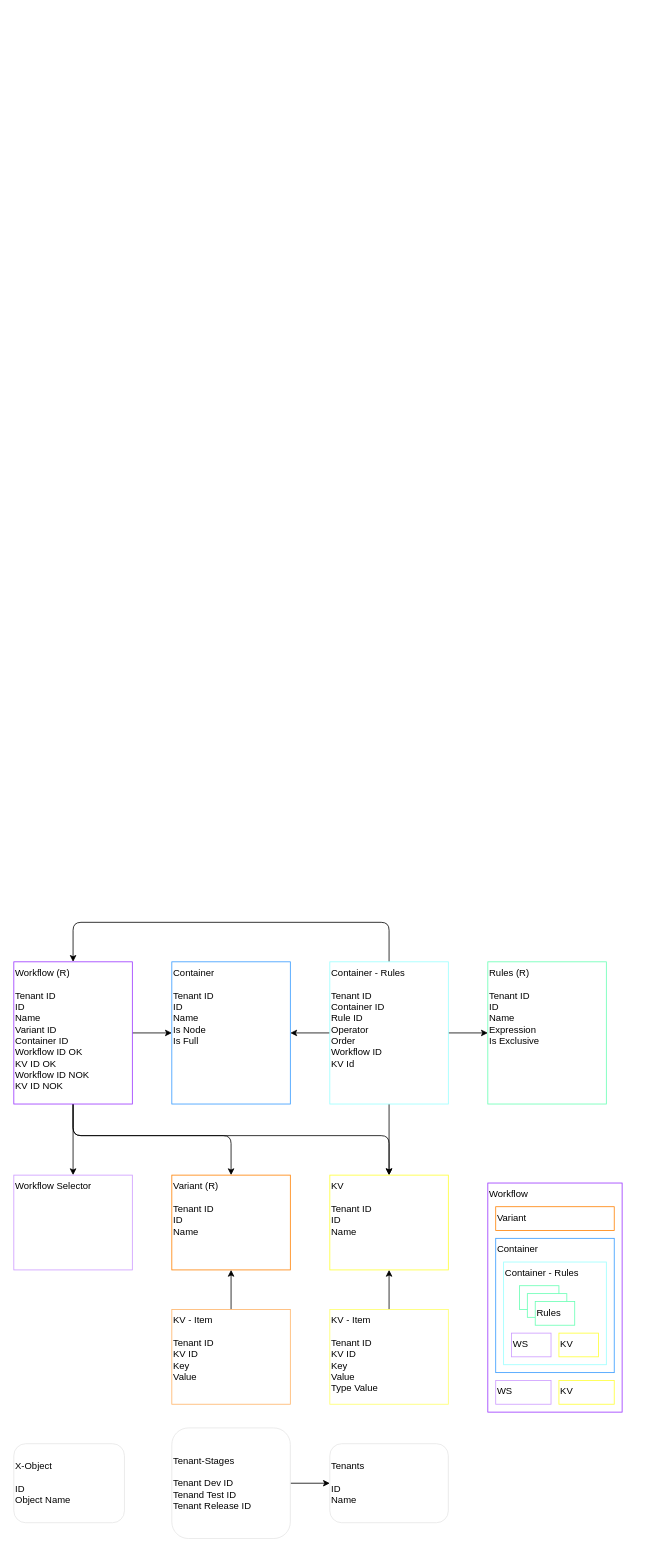
The draw.io diagram NRule.drawio in edervzz/nrules, before the edit. Source tidied: cells renumbered, new cells numbered last; positions are measured from the earlier drawing's top-left corner, leaving out a move shared by most shapes. Both pictures are drawn from the tidied source at 79%, with x=0, y=0 at pixel (13, 922).
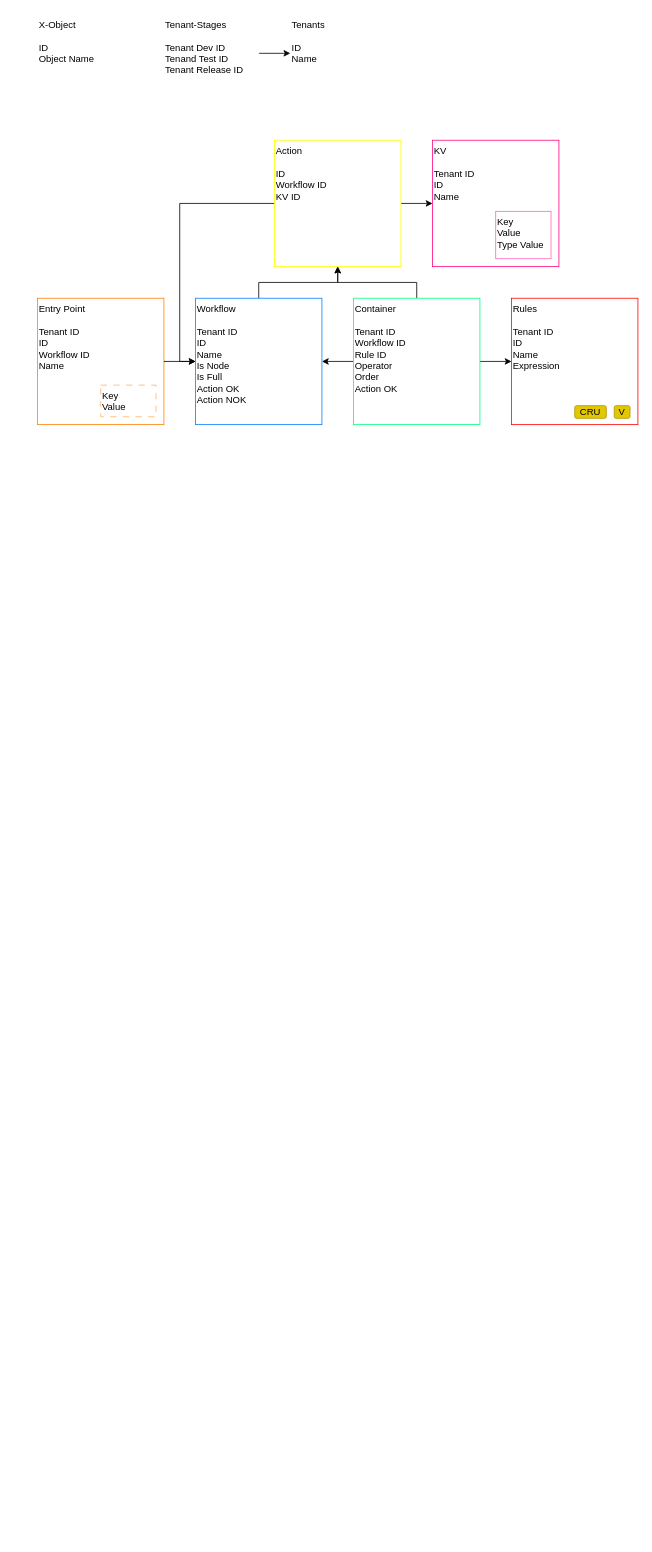
Above is the later version.

The edit, as a diff of the source:
```diff
@@
-    <mxCell id="2" value="&lt;span style=&quot;&quot;&gt;Workflow&amp;nbsp;&lt;/span&gt;&lt;br style=&quot;&quot;&gt;&lt;span style=&quot;background-color: initial;&quot;&gt;&lt;br&gt;&lt;/span&gt;&lt;span style=&quot;background-color: initial;&quot;&gt;&lt;br&gt;&lt;/span&gt;" style="rounded=0;whiteSpace=wrap;html=1;strokeColor=#9933FF;align=left;verticalAlign=top;" parent="1" vertex="1">
-      <mxGeometry x="600" y="330" width="170" height="290" as="geometry" />
-    </mxCell>
-    <mxCell id="3" value="X-Object&lt;br&gt;&lt;span style=&quot;background-color: initial;&quot;&gt;&lt;br&gt;ID&lt;/span&gt;&lt;br&gt;&lt;span style=&quot;background-color: initial;&quot;&gt;Object Name&lt;/span&gt;" style="rounded=1;whiteSpace=wrap;html=1;align=left;strokeColor=#E6E6E6;" parent="1" vertex="1">
-      <mxGeometry y="660" width="140" height="100" as="geometry" />
+    <mxCell id="3" value="X-Object&lt;br&gt;&lt;span style=&quot;background-color: initial;&quot;&gt;&lt;br&gt;ID&lt;/span&gt;&lt;br&gt;&lt;span style=&quot;background-color: initial;&quot;&gt;Object Name&lt;/span&gt;" style="rounded=0;whiteSpace=wrap;html=1;strokeColor=#FFFFFF;align=left;verticalAlign=top;" parent="1" vertex="1">
+      <mxGeometry x="30" y="-1150" width="120" height="100" as="geometry" />
     </mxCell>
-    <mxCell id="4" value="&lt;span style=&quot;background-color: initial;&quot;&gt;Tenants&lt;/span&gt;&lt;br&gt;&lt;span style=&quot;background-color: initial;&quot;&gt;&lt;br&gt;ID&lt;/span&gt;&lt;br&gt;&lt;span style=&quot;background-color: initial;&quot;&gt;Name&lt;/span&gt;" style="rounded=1;whiteSpace=wrap;html=1;align=left;strokeColor=#E6E6E6;" parent="1" vertex="1">
-      <mxGeometry x="400" y="660" width="150" height="100" as="geometry" />
+    <mxCell id="4" value="&lt;span style=&quot;background-color: initial;&quot;&gt;Tenants&lt;/span&gt;&lt;br&gt;&lt;span style=&quot;background-color: initial;&quot;&gt;&lt;br&gt;ID&lt;/span&gt;&lt;br&gt;&lt;span style=&quot;background-color: initial;&quot;&gt;Name&lt;/span&gt;" style="rounded=0;whiteSpace=wrap;html=1;strokeColor=#FFFFFF;align=left;verticalAlign=top;" parent="1" vertex="1">
+      <mxGeometry x="350" y="-1150" width="120" height="100" as="geometry" />
     </mxCell>
@@
-    <mxCell id="6" value="&lt;span style=&quot;background-color: initial;&quot;&gt;Tenant-Stages&lt;/span&gt;&lt;br&gt;&lt;span style=&quot;background-color: initial;&quot;&gt;&lt;br&gt;Tenant Dev ID&lt;/span&gt;&lt;br&gt;&lt;span style=&quot;background-color: initial;&quot;&gt;Tenand Test ID&lt;/span&gt;&lt;br&gt;&lt;span style=&quot;background-color: initial;&quot;&gt;Tenant Release ID&lt;/span&gt;" style="rounded=1;whiteSpace=wrap;html=1;align=left;strokeColor=#E6E6E6;" parent="1" vertex="1">
-      <mxGeometry x="200" y="640" width="150" height="140" as="geometry" />
+    <mxCell id="6" value="&lt;span style=&quot;background-color: initial;&quot;&gt;Tenant-Stages&lt;/span&gt;&lt;br&gt;&lt;span style=&quot;background-color: initial;&quot;&gt;&lt;br&gt;Tenant Dev ID&lt;/span&gt;&lt;br&gt;&lt;span style=&quot;background-color: initial;&quot;&gt;Tenand Test ID&lt;/span&gt;&lt;br&gt;&lt;span style=&quot;background-color: initial;&quot;&gt;Tenant Release ID&lt;/span&gt;" style="rounded=0;whiteSpace=wrap;html=1;strokeColor=#FFFFFF;align=left;verticalAlign=top;" parent="1" vertex="1">
+      <mxGeometry x="190" y="-1150" width="120" height="100" as="geometry" />
     </mxCell>
+    <mxCell id="12" style="edgeStyle=orthogonalEdgeStyle;rounded=0;jettySize=auto;html=1;" parent="1" edge="1" source="13" target="7">
+      <mxGeometry relative="1" as="geometry" />
+    </mxCell>
+    <mxCell id="11" style="edgeStyle=orthogonalEdgeStyle;rounded=0;jettySize=auto;html=1;" parent="1" edge="1" source="13" target="18">
+      <mxGeometry relative="1" as="geometry" />
+    </mxCell>
+    <mxCell id="37" style="edgeStyle=orthogonalEdgeStyle;rounded=0;jettySize=auto;html=1;entryX=0.5;entryY=1;entryDx=0;entryDy=0;" parent="1" edge="1" source="13" target="44">
+      <mxGeometry relative="1" as="geometry" />
+    </mxCell>
+    <mxCell id="13" value="&lt;span style=&quot;&quot;&gt;Container&lt;/span&gt;&lt;br style=&quot;&quot;&gt;&lt;span style=&quot;background-color: initial;&quot;&gt;&lt;br&gt;Tenant ID&lt;/span&gt;&lt;br style=&quot;&quot;&gt;&lt;span style=&quot;background-color: initial;&quot;&gt;Workflow ID&lt;br&gt;&lt;/span&gt;Rule ID&lt;br style=&quot;&quot;&gt;&lt;span style=&quot;background-color: initial;&quot;&gt;Operator&lt;/span&gt;&lt;br style=&quot;&quot;&gt;&lt;span style=&quot;background-color: initial;&quot;&gt;Order&lt;br&gt;&lt;/span&gt;&lt;span style=&quot;background-color: initial;&quot;&gt;Action OK&lt;/span&gt;" style="rounded=0;whiteSpace=wrap;html=1;strokeColor=#00FF80;align=left;verticalAlign=top;" parent="1" vertex="1">
+      <mxGeometry x="430" y="-790" width="160" height="160" as="geometry" />
+    </mxCell>
+    <mxCell id="38" style="edgeStyle=orthogonalEdgeStyle;rounded=0;jettySize=auto;html=1;" parent="1" edge="1" source="18" target="44">
+      <mxGeometry relative="1" as="geometry" />
+    </mxCell>
+    <mxCell id="18" value="&lt;span style=&quot;&quot;&gt;Workflow&lt;/span&gt;&lt;br style=&quot;&quot;&gt;&lt;span style=&quot;background-color: initial;&quot;&gt;&lt;br&gt;Tenant ID&lt;/span&gt;&lt;br style=&quot;&quot;&gt;&lt;span style=&quot;background-color: initial;&quot;&gt;ID&lt;/span&gt;&lt;br style=&quot;&quot;&gt;&lt;span style=&quot;background-color: initial;&quot;&gt;Name&lt;br&gt;&lt;/span&gt;Is Node&lt;br&gt;Is Full&lt;br style=&quot;&quot;&gt;&lt;span style=&quot;background-color: initial;&quot;&gt;Action OK&lt;/span&gt;&lt;div&gt;&lt;span style=&quot;background-color: initial;&quot;&gt;Action NOK&lt;/span&gt;&lt;/div&gt;" style="rounded=0;whiteSpace=wrap;html=1;strokeColor=#007FFF;align=left;verticalAlign=top;" parent="1" vertex="1">
+      <mxGeometry x="230" y="-790" width="160" height="160" as="geometry" />
+    </mxCell>
+    <mxCell id="39" style="group;" parent="1" vertex="1">
+      <mxGeometry x="630" y="-790" width="160" height="160" as="geometry" />
+    </mxCell>
-    <mxCell id="7" value="&lt;span style=&quot;&quot;&gt;Rules (R)&lt;/span&gt;&lt;br style=&quot;&quot;&gt;&lt;span style=&quot;background-color: initial;&quot;&gt;&lt;br&gt;Tenant ID&lt;/span&gt;&lt;br style=&quot;&quot;&gt;&lt;span style=&quot;background-color: initial;&quot;&gt;ID&lt;/span&gt;&lt;br style=&quot;&quot;&gt;&lt;span style=&quot;background-color: initial;&quot;&gt;Name&lt;/span&gt;&lt;br style=&quot;&quot;&gt;&lt;span style=&quot;background-color: initial;&quot;&gt;Expression&lt;/span&gt;&lt;br style=&quot;&quot;&gt;&lt;span style=&quot;background-color: initial;&quot;&gt;Is Exclusive&lt;/span&gt;" style="rounded=0;whiteSpace=wrap;html=1;strokeColor=#66FFB3;align=left;verticalAlign=top;" parent="1" vertex="1">
-      <mxGeometry x="600" y="50" width="150" height="180" as="geometry" />
+    <mxCell id="7" value="&lt;span style=&quot;&quot;&gt;Rules&lt;/span&gt;&lt;br style=&quot;&quot;&gt;&lt;span style=&quot;background-color: initial;&quot;&gt;&lt;br&gt;Tenant ID&lt;/span&gt;&lt;br style=&quot;&quot;&gt;&lt;span style=&quot;background-color: initial;&quot;&gt;ID&lt;/span&gt;&lt;br style=&quot;&quot;&gt;&lt;span style=&quot;background-color: initial;&quot;&gt;Name&lt;/span&gt;&lt;br style=&quot;&quot;&gt;&lt;span style=&quot;background-color: initial;&quot;&gt;Expression&lt;br&gt;&lt;/span&gt;" style="rounded=0;whiteSpace=wrap;html=1;strokeColor=#FF0000;align=left;verticalAlign=top;" parent="39" vertex="1">
+      <mxGeometry width="160" height="160" as="geometry" />
     </mxCell>
-    <mxCell id="8" value="&lt;span style=&quot;&quot;&gt;Container&lt;/span&gt;&lt;br style=&quot;&quot;&gt;&lt;span style=&quot;background-color: initial;&quot;&gt;&lt;br&gt;Tenant ID&lt;/span&gt;&lt;br style=&quot;&quot;&gt;&lt;span style=&quot;background-color: initial;&quot;&gt;ID&lt;/span&gt;&lt;br style=&quot;&quot;&gt;&lt;span style=&quot;background-color: initial;&quot;&gt;Name&lt;/span&gt;&lt;br style=&quot;&quot;&gt;&lt;span style=&quot;background-color: initial;&quot;&gt;Is Node&lt;br&gt;Is Full&lt;br&gt;&lt;/span&gt;" style="rounded=0;whiteSpace=wrap;html=1;strokeColor=#3399FF;align=left;verticalAlign=top;" parent="1" vertex="1">
-      <mxGeometry x="200" y="50" width="150" height="180" as="geometry" />
-    </mxCell>
-    <mxCell id="9" style="edgeStyle=orthogonalEdgeStyle;html=1;elbow=vertical;" parent="1" edge="1" source="13" target="8">
-      <mxGeometry relative="1" as="geometry" />
-    </mxCell>
-    <mxCell id="10" style="edgeStyle=orthogonalEdgeStyle;html=1;elbow=vertical;" parent="1" edge="1" source="13" target="19">
-      <mxGeometry relative="1" as="geometry" />
-    </mxCell>
-    <mxCell id="11" style="edgeStyle=orthogonalEdgeStyle;html=1;entryX=0.5;entryY=0;entryDx=0;entryDy=0;elbow=vertical;" parent="1" edge="1" source="13" target="18">
-      <mxGeometry relative="1" as="geometry">
-        <Array as="points">
-          <mxPoint x="475" />
-          <mxPoint x="75" />
-        </Array>
-      </mxGeometry>
-    </mxCell>
-    <mxCell id="12" style="edgeStyle=orthogonalEdgeStyle;html=1;elbow=vertical;" parent="1" edge="1" source="13" target="7">
-      <mxGeometry relative="1" as="geometry" />
-    </mxCell>
-    <mxCell id="13" value="&lt;span style=&quot;&quot;&gt;Container - Rules&lt;/span&gt;&lt;br style=&quot;&quot;&gt;&lt;span style=&quot;background-color: initial;&quot;&gt;&lt;br&gt;Tenant ID&lt;/span&gt;&lt;br style=&quot;&quot;&gt;&lt;span style=&quot;background-color: initial;&quot;&gt;Container ID&lt;br&gt;&lt;/span&gt;Rule ID&lt;br style=&quot;&quot;&gt;&lt;span style=&quot;background-color: initial;&quot;&gt;Operator&lt;/span&gt;&lt;br style=&quot;&quot;&gt;&lt;span style=&quot;background-color: initial;&quot;&gt;Order&lt;br&gt;Workflow ID&lt;br&gt;KV Id&lt;br&gt;&lt;/span&gt;" style="rounded=0;whiteSpace=wrap;html=1;strokeColor=#99FFFF;align=left;verticalAlign=top;" parent="1" vertex="1">
-      <mxGeometry x="400" y="50" width="150" height="180" as="geometry" />
-    </mxCell>
-    <mxCell id="14" style="edgeStyle=orthogonalEdgeStyle;html=1;elbow=vertical;" parent="1" edge="1" source="18" target="8">
-      <mxGeometry relative="1" as="geometry" />
-    </mxCell>
-    <mxCell id="15" style="edgeStyle=orthogonalEdgeStyle;html=1;elbow=vertical;" parent="1" edge="1" source="18" target="19">
-      <mxGeometry relative="1" as="geometry">
-        <Array as="points">
-          <mxPoint x="75" y="270" />
-          <mxPoint x="475" y="270" />
-        </Array>
-      </mxGeometry>
-    </mxCell>
-    <mxCell id="16" style="edgeStyle=orthogonalEdgeStyle;html=1;elbow=vertical;" parent="1" edge="1" source="18" target="22">
-      <mxGeometry relative="1" as="geometry">
-        <Array as="points">
-          <mxPoint x="75" y="270" />
-          <mxPoint x="275" y="270" />
-        </Array>
-      </mxGeometry>
-    </mxCell>
-    <mxCell id="17" style="edgeStyle=orthogonalEdgeStyle;rounded=0;jettySize=auto;html=1;entryX=0.5;entryY=0;entryDx=0;entryDy=0;" parent="1" edge="1" source="18" target="33">
-      <mxGeometry relative="1" as="geometry" />
-    </mxCell>
-    <mxCell id="18" value="&lt;span style=&quot;&quot;&gt;Workflow (R)&lt;/span&gt;&lt;br style=&quot;&quot;&gt;&lt;span style=&quot;background-color: initial;&quot;&gt;&lt;br&gt;Tenant ID&lt;/span&gt;&lt;br style=&quot;&quot;&gt;&lt;span style=&quot;background-color: initial;&quot;&gt;ID&lt;/span&gt;&lt;br style=&quot;&quot;&gt;&lt;span style=&quot;background-color: initial;&quot;&gt;Name&lt;/span&gt;&lt;br style=&quot;&quot;&gt;&lt;span style=&quot;background-color: initial;&quot;&gt;Variant ID&lt;br&gt;Container ID&lt;br&gt;Workflow ID OK&lt;br&gt;KV ID OK&lt;br&gt;&lt;/span&gt;Workflow ID NOK&lt;br&gt;KV ID NOK&lt;span style=&quot;background-color: initial;&quot;&gt;&lt;br&gt;&lt;/span&gt;" style="rounded=0;whiteSpace=wrap;html=1;strokeColor=#9933FF;align=left;verticalAlign=top;" parent="1" vertex="1">
-      <mxGeometry y="50" width="150" height="180" as="geometry" />
-    </mxCell>
+    <mxCell id="40" value="CRU" style="rounded=1;whiteSpace=wrap;html=1;fillColor=#e3c800;fontColor=#000000;strokeColor=#B09500;" parent="39" vertex="1">
+      <mxGeometry x="80" y="136" width="40" height="16" as="geometry" />
+    </mxCell>
+    <mxCell id="41" value="V" style="rounded=1;whiteSpace=wrap;html=1;fillColor=#e3c800;fontColor=#000000;strokeColor=#B09500;" parent="39" vertex="1">
+      <mxGeometry x="130" y="136" width="20" height="16" as="geometry" />
+    </mxCell>
+    <mxCell id="42" style="edgeStyle=orthogonalEdgeStyle;rounded=0;jettySize=auto;html=1;" parent="1" edge="1" source="44" target="19">
+      <mxGeometry relative="1" as="geometry" />
+    </mxCell>
+    <mxCell id="43" style="edgeStyle=orthogonalEdgeStyle;rounded=0;jettySize=auto;html=1;entryX=0;entryY=0.5;entryDx=0;entryDy=0;" parent="1" edge="1" source="44" target="18">
+      <mxGeometry relative="1" as="geometry">
+        <Array as="points">
+          <mxPoint x="210" y="-910" />
+          <mxPoint x="210" y="-710" />
+        </Array>
+      </mxGeometry>
+    </mxCell>
+    <mxCell id="44" value="&lt;span style=&quot;background-color: initial;&quot;&gt;Action&lt;/span&gt;&lt;div&gt;&lt;span style=&quot;background-color: initial;&quot;&gt;&lt;br&gt;&lt;/span&gt;&lt;/div&gt;&lt;div&gt;&lt;span style=&quot;background-color: initial;&quot;&gt;ID&lt;/span&gt;&lt;/div&gt;&lt;div&gt;&lt;span style=&quot;background-color: initial;&quot;&gt;Workflow ID&lt;/span&gt;&lt;/div&gt;&lt;div&gt;&lt;span style=&quot;background-color: initial;&quot;&gt;KV ID&lt;/span&gt;&lt;/div&gt;" style="rounded=0;whiteSpace=wrap;html=1;strokeColor=#FFFF00;align=left;verticalAlign=top;" parent="1" vertex="1">
+      <mxGeometry x="330" y="-990" width="160" height="160" as="geometry" />
+    </mxCell>
+    <mxCell id="45" style="group;" parent="1" vertex="1">
+      <mxGeometry x="530" y="-990" width="160" height="160" as="geometry" />
+    </mxCell>
-    <mxCell id="19" value="&lt;span style=&quot;&quot;&gt;KV&lt;/span&gt;&lt;br style=&quot;&quot;&gt;&lt;span style=&quot;background-color: initial;&quot;&gt;&lt;br&gt;Tenant ID&lt;/span&gt;&lt;br style=&quot;&quot;&gt;&lt;span style=&quot;background-color: initial;&quot;&gt;ID&lt;/span&gt;&lt;br style=&quot;&quot;&gt;&lt;span style=&quot;background-color: initial;&quot;&gt;Name&lt;/span&gt;" style="rounded=0;whiteSpace=wrap;html=1;strokeColor=#FFFF33;align=left;fontStyle=0;verticalAlign=top;" parent="1" vertex="1">
-      <mxGeometry x="400" y="320" width="150" height="120" as="geometry" />
+    <mxCell id="19" value="&lt;span style=&quot;&quot;&gt;KV&lt;/span&gt;&lt;br style=&quot;&quot;&gt;&lt;span style=&quot;background-color: initial;&quot;&gt;&lt;br&gt;Tenant ID&lt;/span&gt;&lt;br style=&quot;&quot;&gt;&lt;span style=&quot;background-color: initial;&quot;&gt;ID&lt;/span&gt;&lt;br style=&quot;&quot;&gt;&lt;span style=&quot;background-color: initial;&quot;&gt;Name&lt;/span&gt;" style="rounded=0;whiteSpace=wrap;html=1;strokeColor=#FF0080;align=left;fontStyle=0;verticalAlign=top;" parent="45" vertex="1">
+      <mxGeometry width="160" height="160" as="geometry" />
     </mxCell>
-    <mxCell id="20" style="edgeStyle=orthogonalEdgeStyle;html=1;elbow=vertical;" parent="1" edge="1" source="21" target="19">
-      <mxGeometry relative="1" as="geometry" />
-    </mxCell>
-    <mxCell id="21" value="&lt;span style=&quot;&quot;&gt;KV - Item&lt;/span&gt;&lt;br style=&quot;&quot;&gt;&lt;span style=&quot;background-color: initial;&quot;&gt;&lt;br&gt;Tenant ID&lt;/span&gt;&lt;br style=&quot;&quot;&gt;&lt;span style=&quot;background-color: initial;&quot;&gt;KV ID&lt;br&gt;Key&lt;/span&gt;&lt;br style=&quot;&quot;&gt;&lt;span style=&quot;background-color: initial;&quot;&gt;Value&lt;br&gt;Type Value&lt;br&gt;&lt;/span&gt;" style="rounded=0;whiteSpace=wrap;html=1;strokeColor=#FFFF66;align=left;verticalAlign=top;" parent="1" vertex="1">
-      <mxGeometry x="400" y="490" width="150" height="120" as="geometry" />
+    <mxCell id="21" value="&lt;span style=&quot;background-color: initial;&quot;&gt;Key&lt;/span&gt;&lt;br style=&quot;&quot;&gt;&lt;span style=&quot;background-color: initial;&quot;&gt;Value&lt;br&gt;Type Value&lt;br&gt;&lt;/span&gt;" style="rounded=0;whiteSpace=wrap;html=1;strokeColor=#FF66B3;align=left;verticalAlign=top;" parent="45" vertex="1">
+      <mxGeometry x="80" y="90" width="70" height="60" as="geometry" />
     </mxCell>
+    <mxCell id="46" style="group;" parent="1" vertex="1">
+      <mxGeometry x="30" y="-790" width="160" height="160" as="geometry" />
+    </mxCell>
-    <mxCell id="22" value="&lt;span style=&quot;&quot;&gt;Variant (R)&lt;/span&gt;&lt;br style=&quot;&quot;&gt;&lt;span style=&quot;background-color: initial;&quot;&gt;&lt;br&gt;Tenant ID&lt;/span&gt;&lt;br style=&quot;&quot;&gt;&lt;span style=&quot;background-color: initial;&quot;&gt;ID&lt;/span&gt;&lt;br style=&quot;&quot;&gt;&lt;span style=&quot;background-color: initial;&quot;&gt;Name&lt;/span&gt;" style="rounded=0;whiteSpace=wrap;html=1;strokeColor=#FF8000;align=left;fontStyle=0;verticalAlign=top;" parent="1" vertex="1">
-      <mxGeometry x="200" y="320" width="150" height="120" as="geometry" />
+    <mxCell id="22" value="&lt;span style=&quot;&quot;&gt;Entry Point&lt;/span&gt;&lt;br style=&quot;&quot;&gt;&lt;span style=&quot;background-color: initial;&quot;&gt;&lt;br&gt;Tenant ID&lt;br&gt;&lt;/span&gt;ID&lt;br&gt;&lt;div&gt;Workflow ID&lt;br style=&quot;&quot;&gt;&lt;span style=&quot;background-color: initial;&quot;&gt;Name&lt;/span&gt;&lt;/div&gt;" style="rounded=0;whiteSpace=wrap;html=1;strokeColor=#FF8000;align=left;fontStyle=0;verticalAlign=top;" parent="46" vertex="1">
+      <mxGeometry width="160" height="160" as="geometry" />
     </mxCell>
-    <mxCell id="23" style="edgeStyle=orthogonalEdgeStyle;html=1;elbow=vertical;" parent="1" edge="1" source="24" target="22">
-      <mxGeometry relative="1" as="geometry" />
-    </mxCell>
-    <mxCell id="24" value="&lt;span style=&quot;&quot;&gt;KV - Item&lt;/span&gt;&lt;br style=&quot;&quot;&gt;&lt;span style=&quot;background-color: initial;&quot;&gt;&lt;br&gt;Tenant ID&lt;/span&gt;&lt;br style=&quot;&quot;&gt;&lt;span style=&quot;background-color: initial;&quot;&gt;KV ID&lt;br&gt;Key&lt;/span&gt;&lt;br style=&quot;&quot;&gt;&lt;span style=&quot;background-color: initial;&quot;&gt;Value&lt;br&gt;&lt;/span&gt;" style="rounded=0;whiteSpace=wrap;html=1;strokeColor=#FFB366;align=left;verticalAlign=top;" parent="1" vertex="1">
-      <mxGeometry x="200" y="490" width="150" height="120" as="geometry" />
+    <mxCell id="24" value="&lt;span style=&quot;background-color: initial;&quot;&gt;Key&lt;/span&gt;&lt;br style=&quot;&quot;&gt;&lt;span style=&quot;background-color: initial;&quot;&gt;Value&lt;br&gt;&lt;/span&gt;" style="rounded=0;whiteSpace=wrap;html=1;strokeColor=#FFB366;align=left;verticalAlign=top;dashed=1;dashPattern=8 8;" parent="46" vertex="1">
+      <mxGeometry x="80" y="110" width="70" height="40" as="geometry" />
     </mxCell>
-    <mxCell id="25" value="&lt;span style=&quot;&quot;&gt;Container&lt;/span&gt;&lt;br style=&quot;&quot;&gt;&lt;span style=&quot;background-color: initial;&quot;&gt;&lt;br&gt;&lt;/span&gt;&lt;div&gt;&lt;span style=&quot;background-color: initial;&quot;&gt;&lt;br&gt;&lt;/span&gt;&lt;/div&gt;&lt;div&gt;&lt;span style=&quot;background-color: initial;&quot;&gt;&lt;br&gt;&lt;/span&gt;&lt;/div&gt;&lt;div&gt;&lt;span style=&quot;background-color: initial;&quot;&gt;&lt;br&gt;&lt;/span&gt;&lt;/div&gt;&lt;div&gt;&lt;span style=&quot;background-color: initial;&quot;&gt;&lt;br&gt;&lt;/span&gt;&lt;/div&gt;&lt;div&gt;&lt;span style=&quot;background-color: initial;&quot;&gt;&lt;br&gt;&lt;/span&gt;&lt;/div&gt;&lt;div&gt;&lt;span style=&quot;background-color: initial;&quot;&gt;&lt;br&gt;&lt;/span&gt;&lt;/div&gt;&lt;div&gt;&lt;span style=&quot;background-color: initial;&quot;&gt;&lt;br&gt;&lt;/span&gt;&lt;/div&gt;&lt;div&gt;&lt;span style=&quot;background-color: initial;&quot;&gt;&lt;br&gt;&lt;/span&gt;&lt;/div&gt;&lt;div&gt;&lt;br&gt;&lt;/div&gt;" style="rounded=0;whiteSpace=wrap;html=1;strokeColor=#3399FF;align=left;verticalAlign=top;" parent="1" vertex="1">
-      <mxGeometry x="610" y="400" width="150" height="170" as="geometry" />
-    </mxCell>
-    <mxCell id="26" value="&lt;span style=&quot;&quot;&gt;Container - Rules&lt;/span&gt;&lt;br style=&quot;&quot;&gt;&lt;br&gt;&lt;br&gt;&lt;br&gt;&lt;br&gt;&lt;br style=&quot;&quot;&gt;&lt;span style=&quot;background-color: initial;&quot;&gt;&amp;nbsp;&lt;/span&gt;&lt;span style=&quot;background-color: initial;&quot;&gt;&lt;br&gt;&lt;/span&gt;" style="rounded=0;whiteSpace=wrap;html=1;strokeColor=#99FFFF;align=left;verticalAlign=top;" parent="1" vertex="1">
-      <mxGeometry x="620" y="430" width="130" height="130" as="geometry" />
-    </mxCell>
-    <mxCell id="27" style="group;" parent="1" vertex="1">
-      <mxGeometry x="640" y="460" width="70" height="50" as="geometry" />
-    </mxCell>
-    <mxCell id="28" style="rounded=0;whiteSpace=wrap;html=1;strokeColor=#66FFB3;align=left;verticalAlign=middle;" parent="27" vertex="1">
-      <mxGeometry width="50" height="30" as="geometry" />
-    </mxCell>
-    <mxCell id="29" style="rounded=0;whiteSpace=wrap;html=1;strokeColor=#66FFB3;align=left;verticalAlign=middle;" parent="27" vertex="1">
-      <mxGeometry x="10" y="10" width="50" height="30" as="geometry" />
-    </mxCell>
-    <mxCell id="30" value="&lt;span style=&quot;&quot;&gt;Rules&lt;/span&gt;" style="rounded=0;whiteSpace=wrap;html=1;strokeColor=#66FFB3;align=left;verticalAlign=middle;" parent="27" vertex="1">
-      <mxGeometry x="20" y="20" width="50" height="30" as="geometry" />
-    </mxCell>
-    <mxCell id="31" value="&lt;span style=&quot;&quot;&gt;Variant&lt;/span&gt;" style="rounded=0;whiteSpace=wrap;html=1;strokeColor=#FF8000;align=left;fontStyle=0;verticalAlign=top;" parent="1" vertex="1">
-      <mxGeometry x="610" y="360" width="150" height="30" as="geometry" />
-    </mxCell>
-    <mxCell id="32" value="&lt;span style=&quot;&quot;&gt;KV&lt;/span&gt;" style="rounded=0;whiteSpace=wrap;html=1;strokeColor=#FFFF33;align=left;fontStyle=0;verticalAlign=top;" parent="1" vertex="1">
-      <mxGeometry x="690" y="520" width="50" height="30" as="geometry" />
-    </mxCell>
-    <mxCell id="33" value="&lt;span style=&quot;&quot;&gt;Workflow Selector&lt;/span&gt;&lt;span style=&quot;background-color: initial;&quot;&gt;&lt;br&gt;&lt;/span&gt;" style="rounded=0;whiteSpace=wrap;html=1;strokeColor=#CC99FF;align=left;verticalAlign=top;" parent="1" vertex="1">
-      <mxGeometry y="320" width="150" height="120" as="geometry" />
-    </mxCell>
-    <mxCell id="34" value="WS" style="rounded=0;whiteSpace=wrap;html=1;strokeColor=#CC99FF;align=left;verticalAlign=top;" parent="1" vertex="1">
-      <mxGeometry x="630" y="520" width="50" height="30" as="geometry" />
-    </mxCell>
-    <mxCell id="35" value="&lt;span style=&quot;&quot;&gt;KV&lt;/span&gt;" style="rounded=0;whiteSpace=wrap;html=1;strokeColor=#FFFF33;align=left;fontStyle=0;verticalAlign=top;" parent="1" vertex="1">
-      <mxGeometry x="690" y="580" width="70" height="30" as="geometry" />
-    </mxCell>
-    <mxCell id="36" value="WS" style="rounded=0;whiteSpace=wrap;html=1;strokeColor=#CC99FF;align=left;verticalAlign=top;" parent="1" vertex="1">
-      <mxGeometry x="610" y="580" width="70" height="30" as="geometry" />
-    </mxCell>
+    <mxCell id="47" style="edgeStyle=orthogonalEdgeStyle;rounded=0;jettySize=auto;html=1;entryX=0;entryY=0.5;entryDx=0;entryDy=0;" parent="1" edge="1" source="22" target="18">
+      <mxGeometry relative="1" as="geometry" />
+    </mxCell>
```
